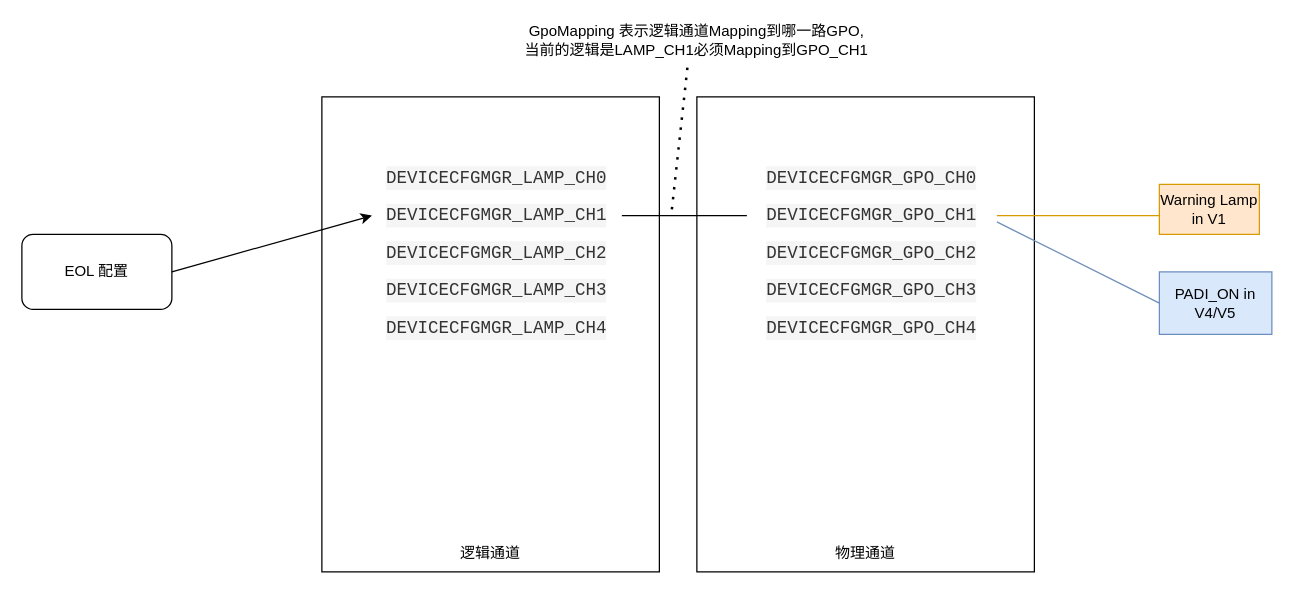
woshitanwang/pics_procdure keeps this draw.io diagram as Gpo_configuration.drawio. Above is the earlier version. Source tidied: cells renumbered, new cells numbered last; positions are measured from the earlier drawing's top-left corner, leaving out a move shared by most shapes. Both pictures are drawn from the tidied source at 125%, with x=0, y=0 at pixel (21, 21).
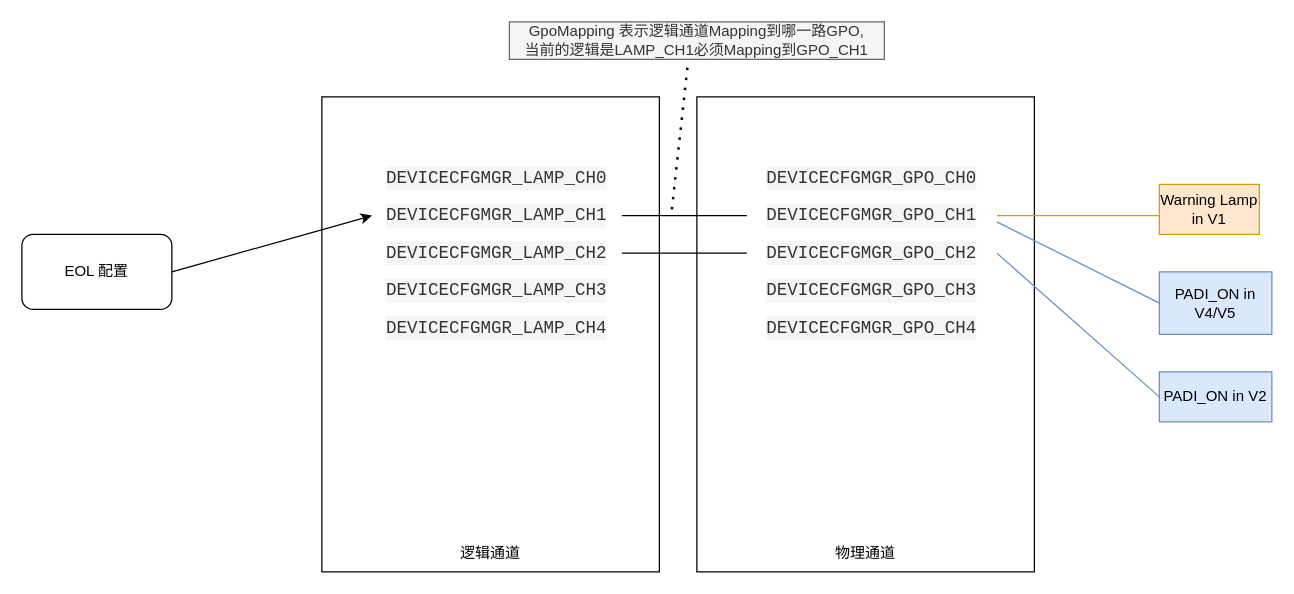
Above is the later version.

The change refers to these unchanged cells:
```xml
<mxCell id="8" value="&lt;div style=&quot;color: rgb(51, 51, 51); background-color: rgb(245, 245, 245); font-family: Consolas, &amp;quot;Courier New&amp;quot;, monospace; font-size: 14px; line-height: 19px;&quot;&gt;DEVICECFGMGR_LAMP_CH2&lt;/div&gt;" style="text;html=1;strokeColor=none;fillColor=none;align=center;verticalAlign=middle;whiteSpace=wrap;rounded=0;" parent="1" vertex="1">
  <mxGeometry x="280" y="170" width="200" height="30" as="geometry" />
</mxCell>
<mxCell id="13" value="&lt;div style=&quot;color: rgb(51, 51, 51); background-color: rgb(245, 245, 245); font-family: Consolas, &amp;quot;Courier New&amp;quot;, monospace; font-size: 14px; line-height: 19px;&quot;&gt;&lt;div style=&quot;line-height: 19px;&quot;&gt;DEVICECFGMGR_GPO_CH2&lt;/div&gt;&lt;/div&gt;" style="text;html=1;strokeColor=none;fillColor=none;align=center;verticalAlign=middle;whiteSpace=wrap;rounded=0;" parent="1" vertex="1">
  <mxGeometry x="580" y="170" width="200" height="30" as="geometry" />
</mxCell>
```

The edit, as a diff of the source:
```diff
@@
-    <mxCell id="22" value="GpoMapping 表示逻辑通道Mapping到哪一路GPO, &lt;br&gt;当前的逻辑是LAMP_CH1必须Mapping到GPO_CH1" style="text;html=1;strokeColor=none;fillColor=none;align=center;verticalAlign=middle;whiteSpace=wrap;rounded=0;" parent="1" vertex="1">
+    <mxCell id="22" value="GpoMapping 表示逻辑通道Mapping到哪一路GPO, &lt;br&gt;当前的逻辑是LAMP_CH1必须Mapping到GPO_CH1" style="text;html=1;strokeColor=#666666;fillColor=#f5f5f5;align=center;verticalAlign=middle;whiteSpace=wrap;rounded=0;fontColor=#333333;" parent="1" vertex="1">
       <mxGeometry x="390" width="300" height="30" as="geometry" />
     </mxCell>
@@
+    <mxCell id="25" style="endArrow=none;html=1;rounded=0;exitX=1;exitY=0.5;exitDx=0;exitDy=0;entryX=0;entryY=0.5;entryDx=0;entryDy=0;" parent="1" edge="1" source="8" target="13">
+      <mxGeometry relative="1" as="geometry" />
+    </mxCell>
+    <mxCell id="26" style="endArrow=none;html=1;rounded=0;entryX=1;entryY=0.5;entryDx=0;entryDy=0;exitX=0;exitY=0.5;exitDx=0;exitDy=0;fillColor=#dae8fc;strokeColor=#6c8ebf;" parent="1" edge="1" source="27" target="13">
+      <mxGeometry relative="1" as="geometry" />
+    </mxCell>
+    <mxCell id="27" value="PADI_ON in V2" style="text;html=1;strokeColor=#6c8ebf;fillColor=#dae8fc;align=center;verticalAlign=middle;whiteSpace=wrap;rounded=0;" parent="1" vertex="1">
+      <mxGeometry x="910" y="280" width="90" height="40" as="geometry" />
+    </mxCell>
```
